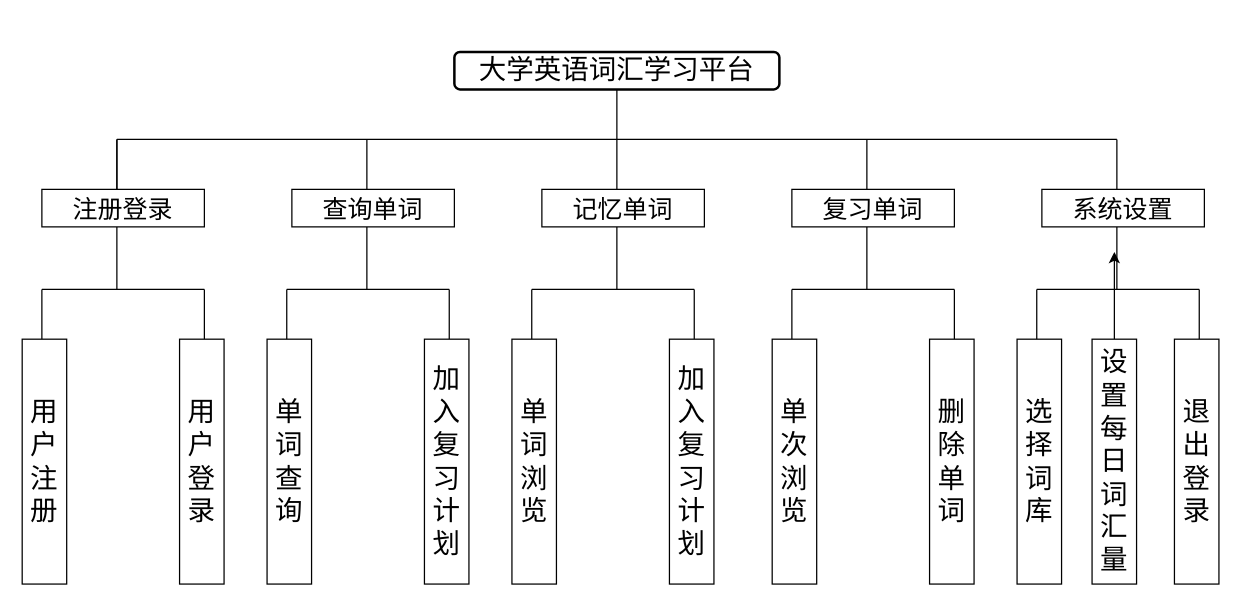
Above: page "Page-1" (1 of 6) of 功能模块图.drawio in 13593227471/HelloGitHub (draw.io), before the change. Source tidied: cells renumbered, new cells numbered last; positions are measured from the earlier drawing's top-left corner, leaving out a move shared by most shapes. Both pictures are drawn from the tidied source at 125%, with x=0, y=0 at pixel (-79, 51).
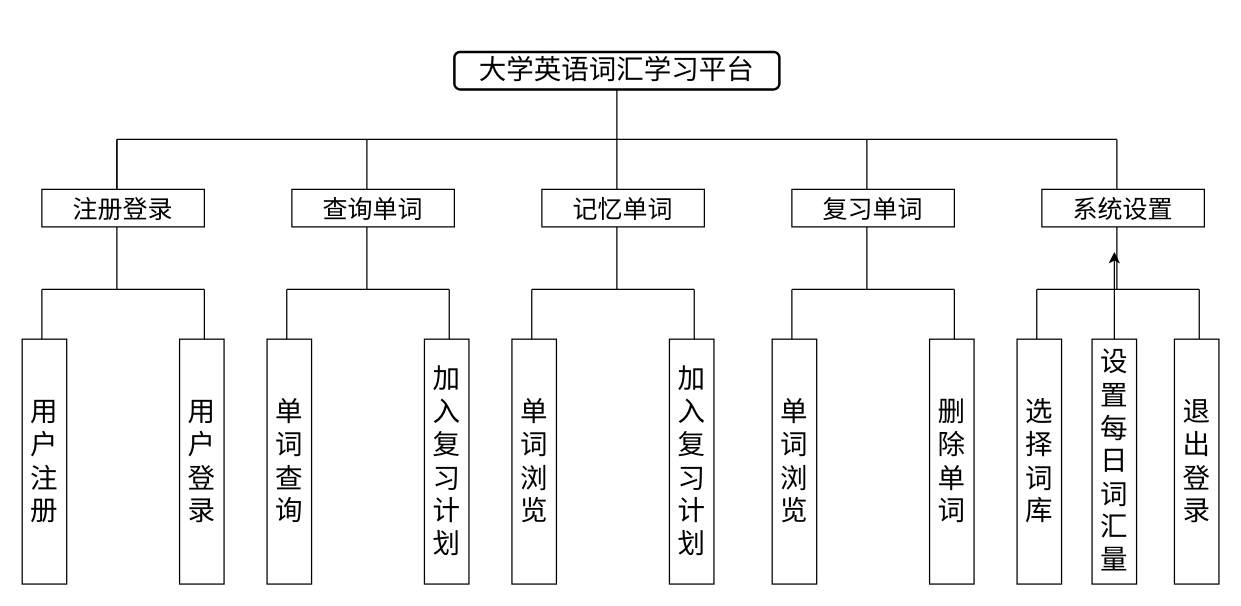
Above is the later version.

Commit message:
更新功能模块图.drawio

What changed in the source:
```diff
@@
-    <mxCell id="38" value="&lt;font style=&quot;font-size: 22px;&quot;&gt;单次浏览&lt;/font&gt;" style="rounded=0;whiteSpace=wrap;html=1;fontSize=22;horizontal=0;verticalAlign=middle;rotation=90;" parent="1" vertex="1">
+    <mxCell id="38" value="&lt;font style=&quot;font-size: 22px;&quot;&gt;单词浏览&lt;/font&gt;" style="rounded=0;whiteSpace=wrap;html=1;fontSize=22;horizontal=0;verticalAlign=middle;rotation=90;" parent="1" vertex="1">
       <mxGeometry x="600.1" y="310" width="195.9" height="35.6" as="geometry" />
     </mxCell>
```
